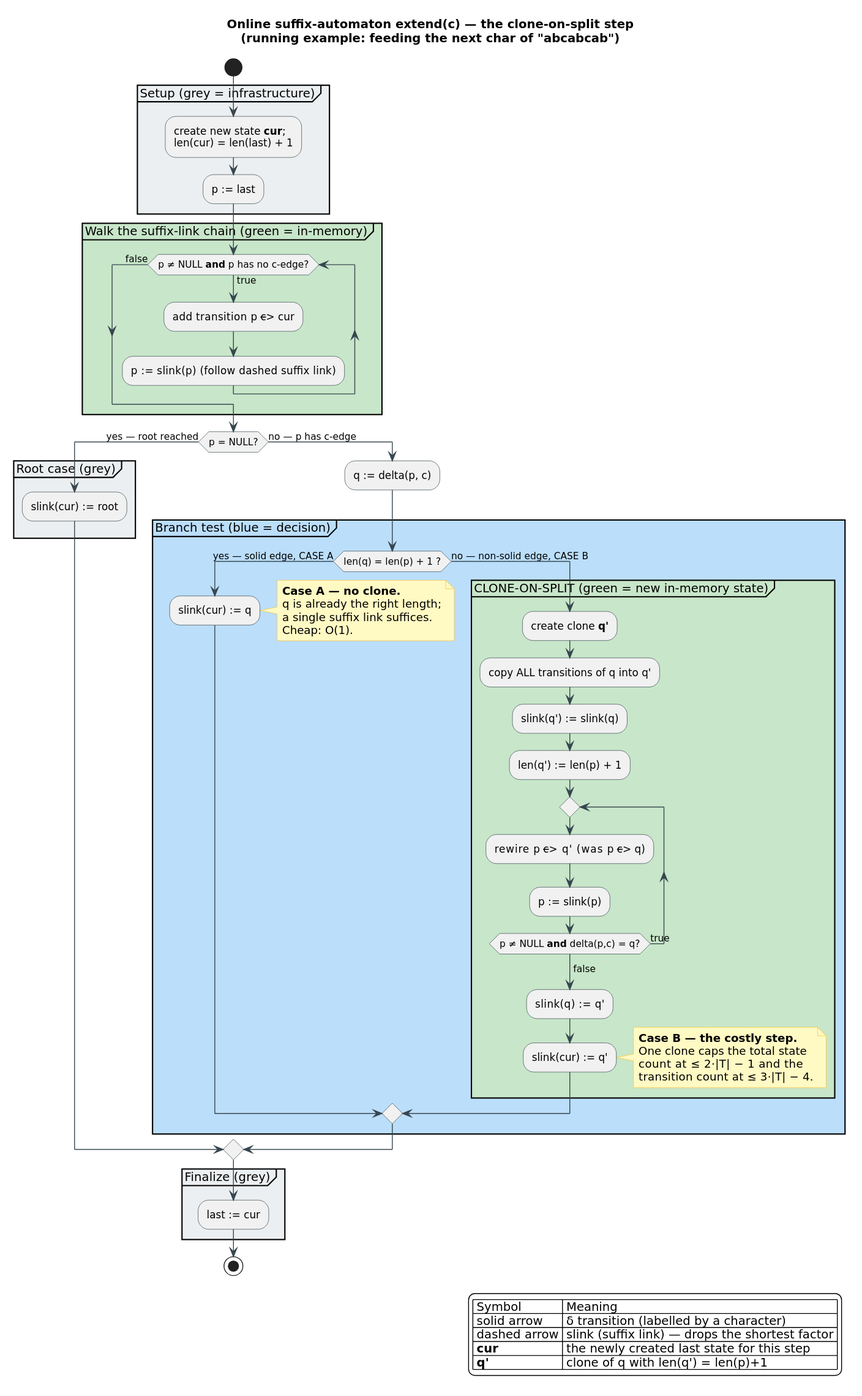
Above: docs/diagrams/clone-on-split.svg in vinary-tree/libdictenstein (PlantUML), before the change. Its source is kept beside it as docs/diagrams/src/clone-on-split.puml.
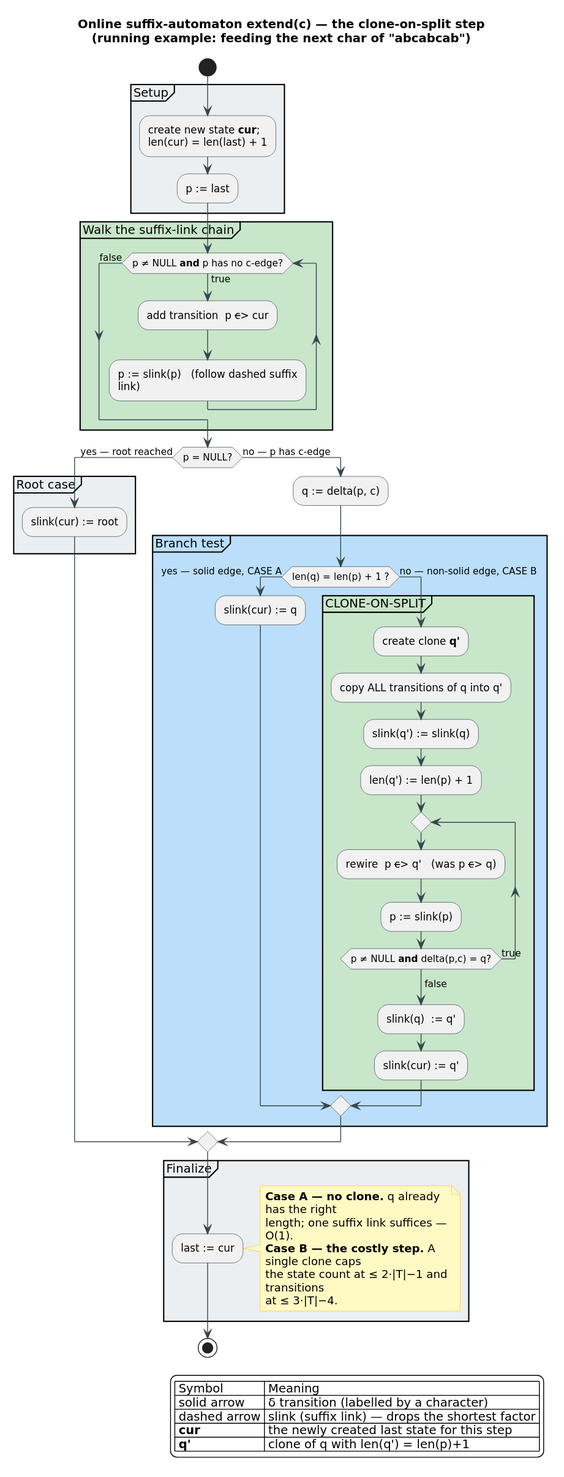
Later version of the same file.

The edit, as a diff of the source:
```diff
@@ -1,6 +1,7 @@
 @startuml clone-on-split
 skinparam backgroundColor #FFFFFF
 skinparam defaultFontName "DejaVu Sans"
+skinparam wrapWidth 230
 skinparam ArrowColor #37474F
 skinparam shadowing false
 skinparam ActivityBorderColor #37474F
@@ -12,12 +13,12 @@
 
 start
 
-partition "Setup (grey = infrastructure)" #ECEFF1 {
+partition "Setup" #ECEFF1 {
   :create new state **cur**;\nlen(cur) = len(last) + 1;
   :p := last;
 }
 
-partition "Walk the suffix-link chain (green = in-memory)" #C8E6C9 {
+partition "Walk the suffix-link chain" #C8E6C9 {
   while (p ≠ NULL **and** p has no c-edge?) is (true)
     :add transition  p --c--> cur;
     :p := slink(p)   (follow dashed suffix link);
@@ -25,22 +26,16 @@
 }
 
 if (p = NULL?) then (yes — root reached)
-  partition "Root case (grey)" #ECEFF1 {
+  partition "Root case" #ECEFF1 {
     :slink(cur) := root;
   }
 else (no — p has c-edge)
   :q := delta(p, c);
-  partition "Branch test (blue = decision)" #BBDEFB {
+  partition "Branch test" #BBDEFB {
     if (len(q) = len(p) + 1 ?) then (yes — solid edge, CASE A)
       :slink(cur) := q;
-      note right
-        **Case A — no clone.**
-        q is already the right length;
-        a single suffix link suffices.
-        Cheap: O(1).
-      end note
     else (no — non-solid edge, CASE B)
-      partition "CLONE-ON-SPLIT (green = new in-memory state)" #C8E6C9 {
+      partition "CLONE-ON-SPLIT" #C8E6C9 {
         :create clone **q'**;
         :copy ALL transitions of q into q';
         :slink(q') := slink(q);
@@ -52,19 +47,20 @@
         ->false;
         :slink(q)  := q';
         :slink(cur) := q';
-        note right
-          **Case B — the costly step.**
-          One clone caps the total state
-          count at  ≤ 2·|T| − 1  and the
-          transition count at  ≤ 3·|T| − 4.
-        end note
       }
     endif
   }
 endif
 
-partition "Finalize (grey)" #ECEFF1 {
+partition "Finalize" #ECEFF1 {
   :last := cur;
+  note right
+    **Case A — no clone.** q already has the right
+    length; one suffix link suffices — O(1).
+    **Case B — the costly step.** A single clone caps
+    the state count at ≤ 2·|T|−1 and transitions
+    at ≤ 3·|T|−4.
+  end note
 }
 stop
 
```
